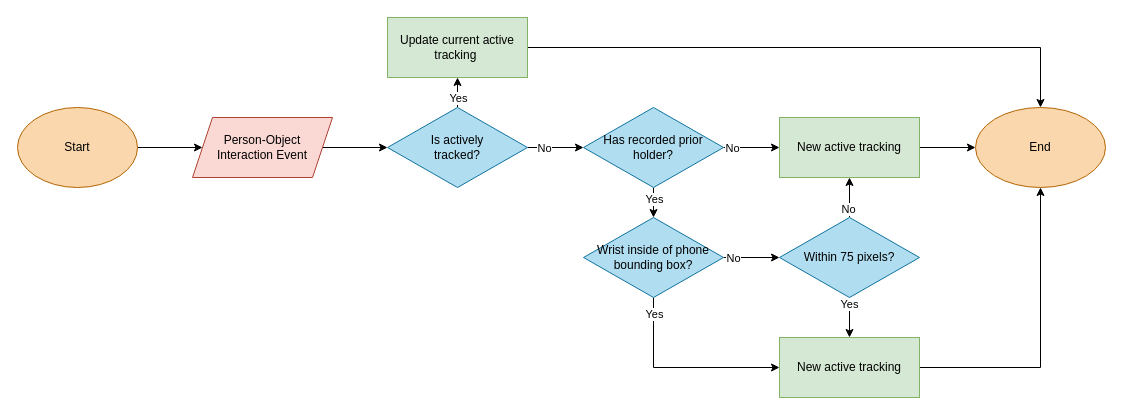
Earlier version of the draw.io diagram docs/ReID-Algorithm.drawio (gabrieljamesbenedict/thesis). Source tidied: cells renumbered, new cells numbered last; positions are measured from the earlier drawing's top-left corner, leaving out a move shared by most shapes. Both pictures are drawn from the tidied source at 100%, with x=0, y=0 at pixel (17, 17).
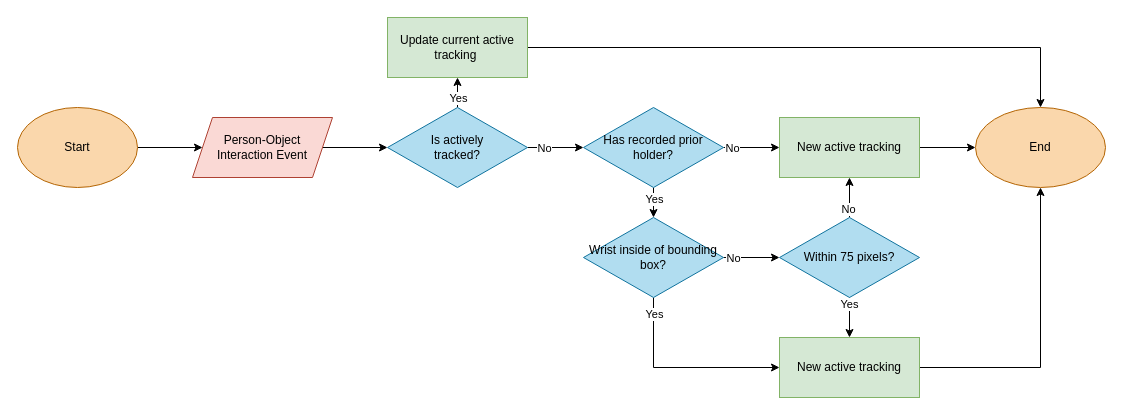
Above is the later version.

What changed in the source:
```diff
@@
-    <mxCell id="20" value="Wrist inside of phone bounding box?" style="rhombus;whiteSpace=wrap;html=1;shapeInside=1;fillColor=#b1ddf0;strokeColor=#10739e;" parent="1" vertex="1">
+    <mxCell id="20" value="Wrist inside of bounding box?" style="rhombus;whiteSpace=wrap;html=1;shapeInside=1;fillColor=#b1ddf0;strokeColor=#10739e;" parent="1" vertex="1">
       <mxGeometry x="566" y="200" width="140" height="80" as="geometry" />
     </mxCell>
```
